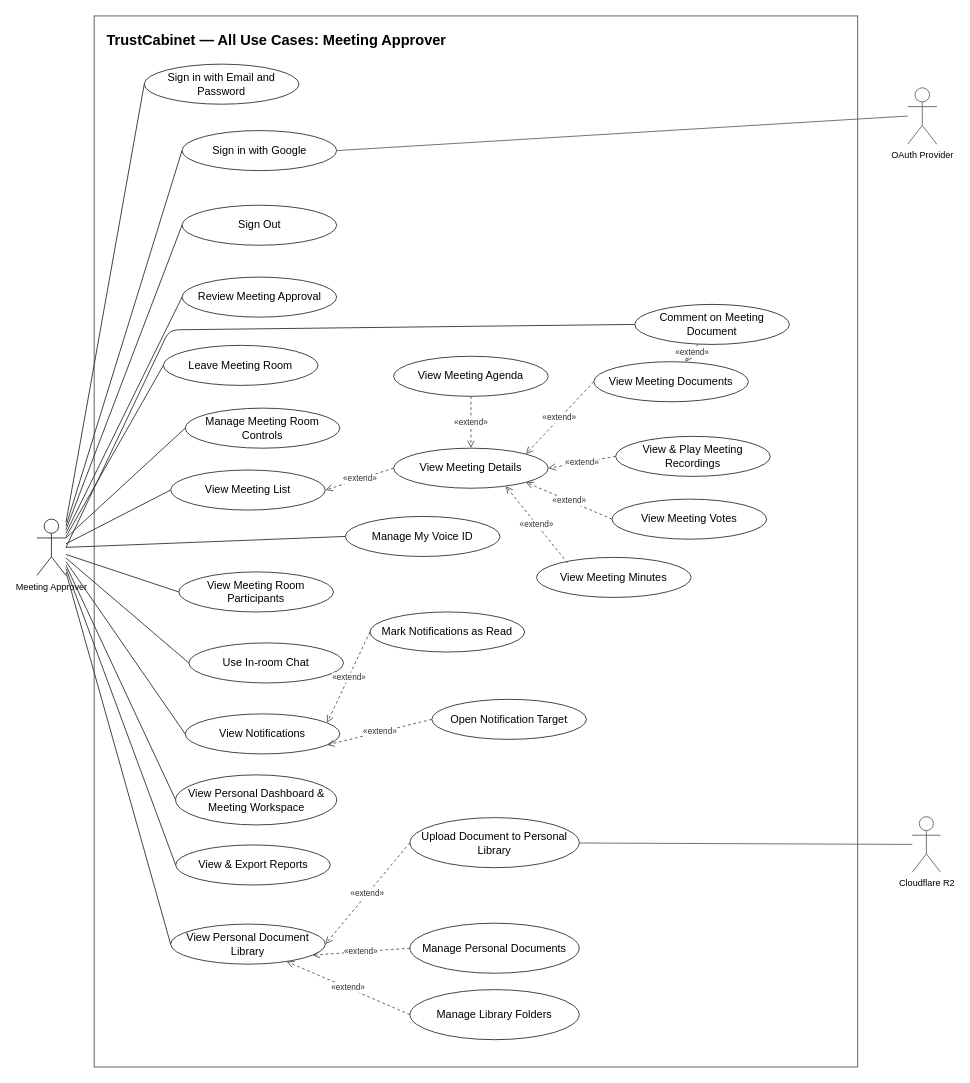
Above: page "Meeting Approver" (3 of 7) of docs/14-uc-diagram/trustcabinet-use-cases.drawio in callmehai/FU-FA26-G116 (draw.io), before the change. Source tidied: cells renumbered, new cells numbered last; positions are measured from the earlier drawing's top-left corner, leaving out a move shared by most shapes. Both pictures are drawn from the tidied source at 91%, with x=0, y=0 at pixel (36, 15).
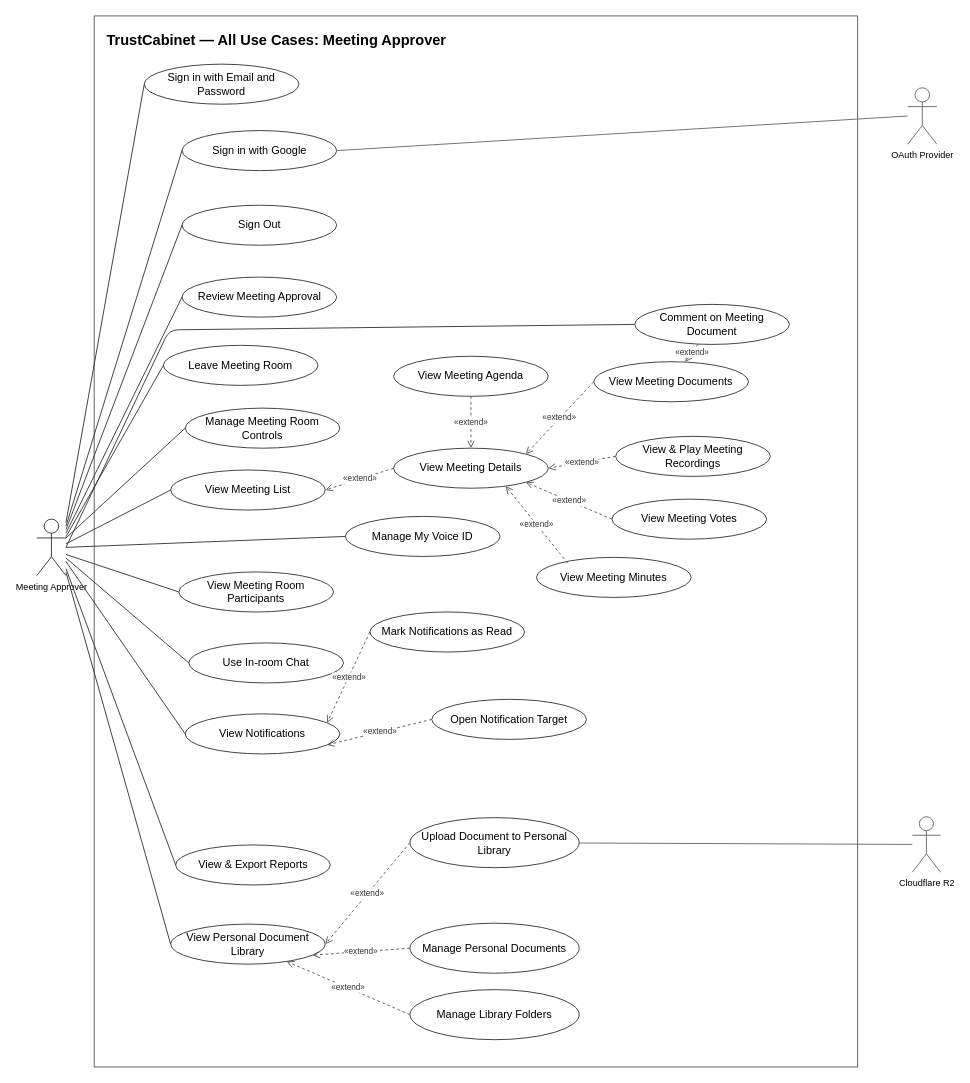
After the change.

The change refers to these unchanged cells:
```xml
<mxCell id="27" value="Meeting Approver" style="shape=umlActor;verticalLabelPosition=bottom;verticalAlign=top;html=1;outlineConnect=0;fillColor=#ffffff;strokeColor=#333333;fontSize=10;" parent="1" vertex="1">
  <mxGeometry y="553" width="32" height="62" as="geometry" />
</mxCell>
```

What changed in the source:
```diff
@@
-    <mxCell id="21" value="View Personal Dashboard &amp; Meeting Workspace" style="ellipse;whiteSpace=wrap;html=1;align=center;verticalAlign=middle;fontSize=12;strokeColor=#333333;fillColor=#ffffff;" parent="1" vertex="1">
-      <mxGeometry x="152.5" y="834" width="177" height="55" as="geometry" />
-    </mxCell>
@@
-    <mxCell id="34" style="edgeStyle=none;html=1;strokeColor=#333333;strokeWidth=1;endArrow=none;startArrow=none;exitX=1;exitY=0.8143;exitDx=0;exitDy=0;entryX=0;entryY=0.5;entryDx=0;entryDy=0;" parent="1" edge="1" source="27" target="21">
-      <mxGeometry relative="1" as="geometry" />
-    </mxCell>
```
